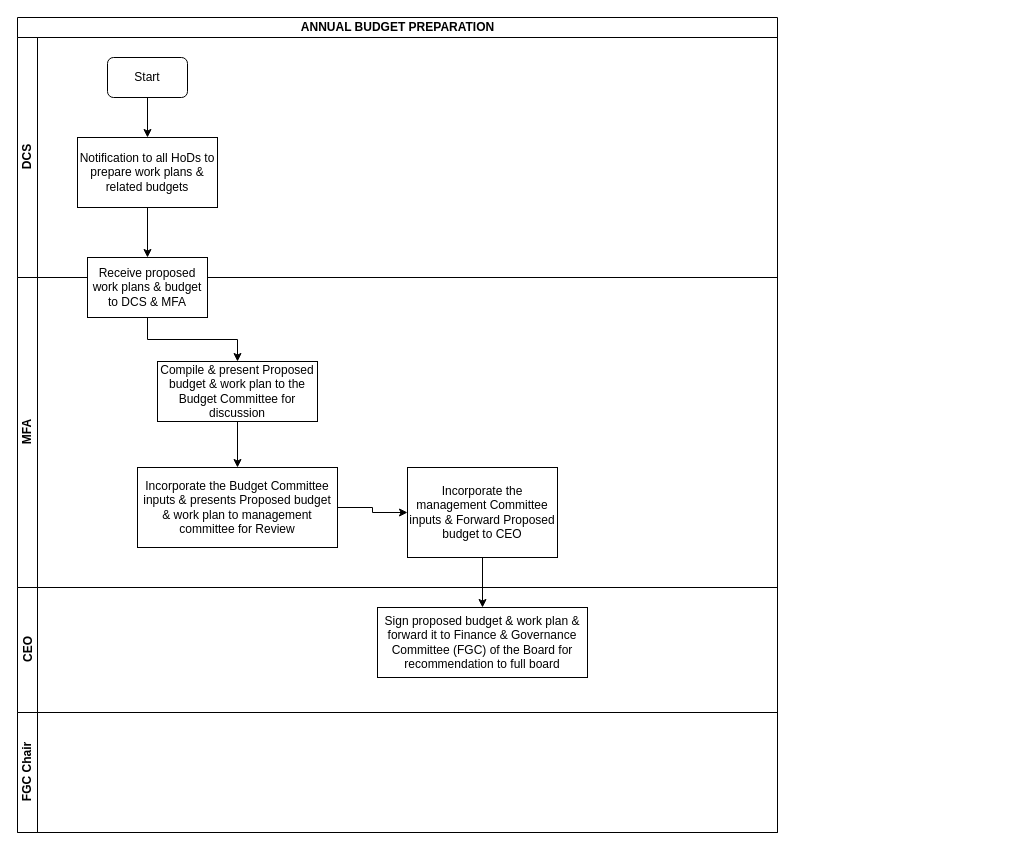
kmagua/flowcharts keeps this draw.io diagram as LC-FIN-Annual Budget Preparation.drawio. Above is the earlier version. Source tidied: cells renumbered, new cells numbered last; positions are measured from the earlier drawing's top-left corner, leaving out a move shared by most shapes. Both pictures are drawn from the tidied source at 100%, with x=0, y=0 at pixel (17, 17).
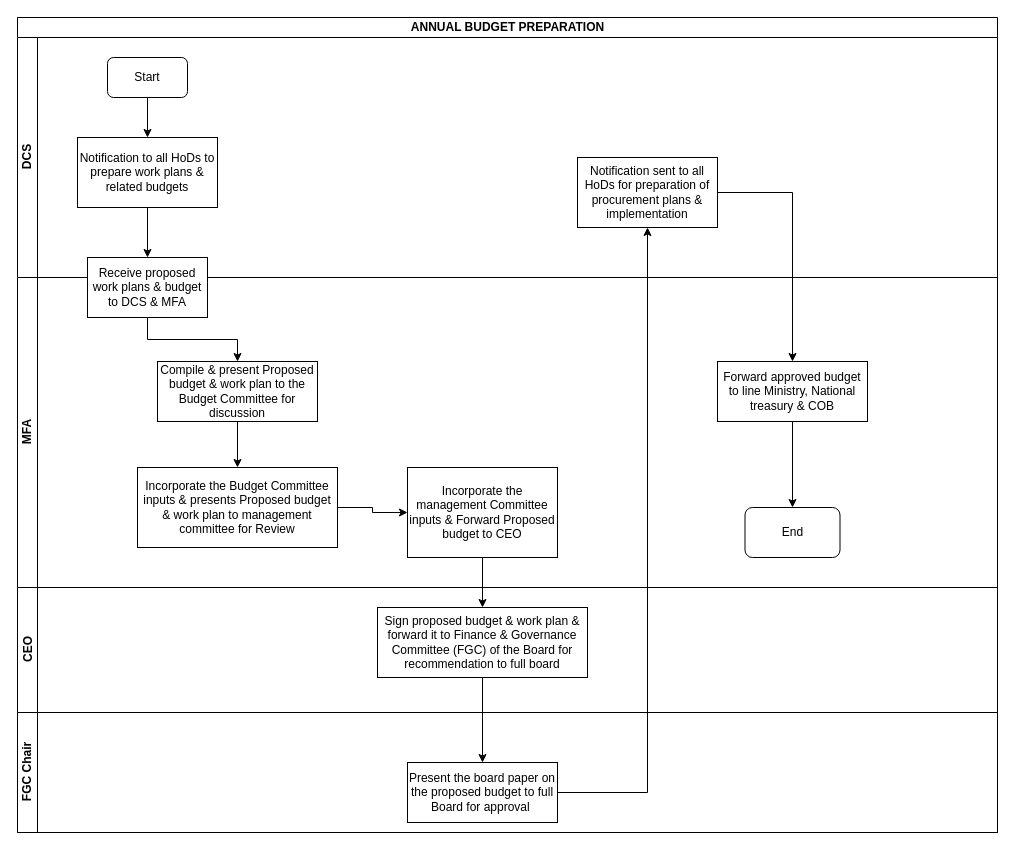
Above is the later version.

The change refers to these unchanged cells:
```xml
<mxCell id="17" value="Sign proposed budget &amp;amp; work plan &amp;amp; forward it to Finance &amp;amp; Governance Committee (FGC) of the Board for recommendation to full board" style="whiteSpace=wrap;html=1;rounded=0;" parent="16" vertex="1">
  <mxGeometry x="360" y="20" width="210" height="70" as="geometry" />
</mxCell>
```

The edit, as a diff of the source:
```diff
@@
     <mxCell id="2" value="ANNUAL BUDGET PREPARATION" style="swimlane;html=1;horizontal=1;startSize=20;" parent="1" vertex="1">
-      <mxGeometry width="760" height="815" as="geometry" />
+      <mxGeometry width="980" height="815" as="geometry" />
     </mxCell>
     <mxCell id="3" value="DCS" style="swimlane;html=1;startSize=20;horizontal=0;" parent="2" vertex="1">
-      <mxGeometry y="20" width="760" height="240" as="geometry" />
+      <mxGeometry y="20" width="980" height="240" as="geometry" />
     </mxCell>
@@
+    <mxCell id="20" value="Notification sent to all HoDs for preparation of procurement plans &amp;amp; implementation" style="whiteSpace=wrap;html=1;rounded=0;" parent="3" vertex="1">
+      <mxGeometry x="560" y="120" width="140" height="70" as="geometry" />
+    </mxCell>
@@
     <mxCell id="8" value="MFA" style="swimlane;html=1;startSize=20;horizontal=0;" parent="2" vertex="1">
-      <mxGeometry y="260" width="760" height="310" as="geometry" />
+      <mxGeometry y="260" width="980" height="310" as="geometry" />
     </mxCell>
@@
+    <mxCell id="21" value="End" style="rounded=1;whiteSpace=wrap;html=1;" parent="8" vertex="1">
+      <mxGeometry x="727.5" y="230" width="95" height="50" as="geometry" />
+    </mxCell>
+    <mxCell id="22" value="Forward approved budget to line Ministry, National treasury &amp;amp; COB" style="rounded=0;whiteSpace=wrap;html=1;" parent="8" vertex="1">
+      <mxGeometry x="700" y="84" width="150" height="60" as="geometry" />
+    </mxCell>
+    <mxCell id="23" style="edgeStyle=orthogonalEdgeStyle;rounded=0;jettySize=auto;html=1;" parent="8" edge="1" source="22" target="21">
+      <mxGeometry relative="1" as="geometry" />
+    </mxCell>
     <mxCell id="16" value="CEO" style="swimlane;html=1;startSize=20;horizontal=0;" parent="2" vertex="1">
-      <mxGeometry y="570" width="760" height="125" as="geometry" />
+      <mxGeometry y="570" width="980" height="125" as="geometry" />
     </mxCell>
@@
     <mxCell id="18" value="FGC Chair" style="swimlane;html=1;startSize=20;horizontal=0;" parent="2" vertex="1">
-      <mxGeometry y="695" width="760" height="120" as="geometry" />
+      <mxGeometry y="695" width="980" height="120" as="geometry" />
     </mxCell>
+    <mxCell id="24" value="Present the board paper on the proposed budget to full Board for approval&amp;nbsp; " style="whiteSpace=wrap;html=1;rounded=0;" parent="18" vertex="1">
+      <mxGeometry x="390" y="50" width="150" height="60" as="geometry" />
+    </mxCell>
@@
+    <mxCell id="25" style="edgeStyle=orthogonalEdgeStyle;rounded=0;jettySize=auto;html=1;" parent="2" edge="1" source="17" target="24">
+      <mxGeometry relative="1" as="geometry" />
+    </mxCell>
+    <mxCell id="26" style="edgeStyle=orthogonalEdgeStyle;rounded=0;jettySize=auto;html=1;" parent="2" edge="1" source="24" target="20">
+      <mxGeometry relative="1" as="geometry" />
+    </mxCell>
+    <mxCell id="27" style="edgeStyle=orthogonalEdgeStyle;rounded=0;jettySize=auto;html=1;exitX=1;exitY=0.5;exitDx=0;exitDy=0;" parent="2" edge="1" source="20" target="22">
+      <mxGeometry relative="1" as="geometry" />
+    </mxCell>
```
